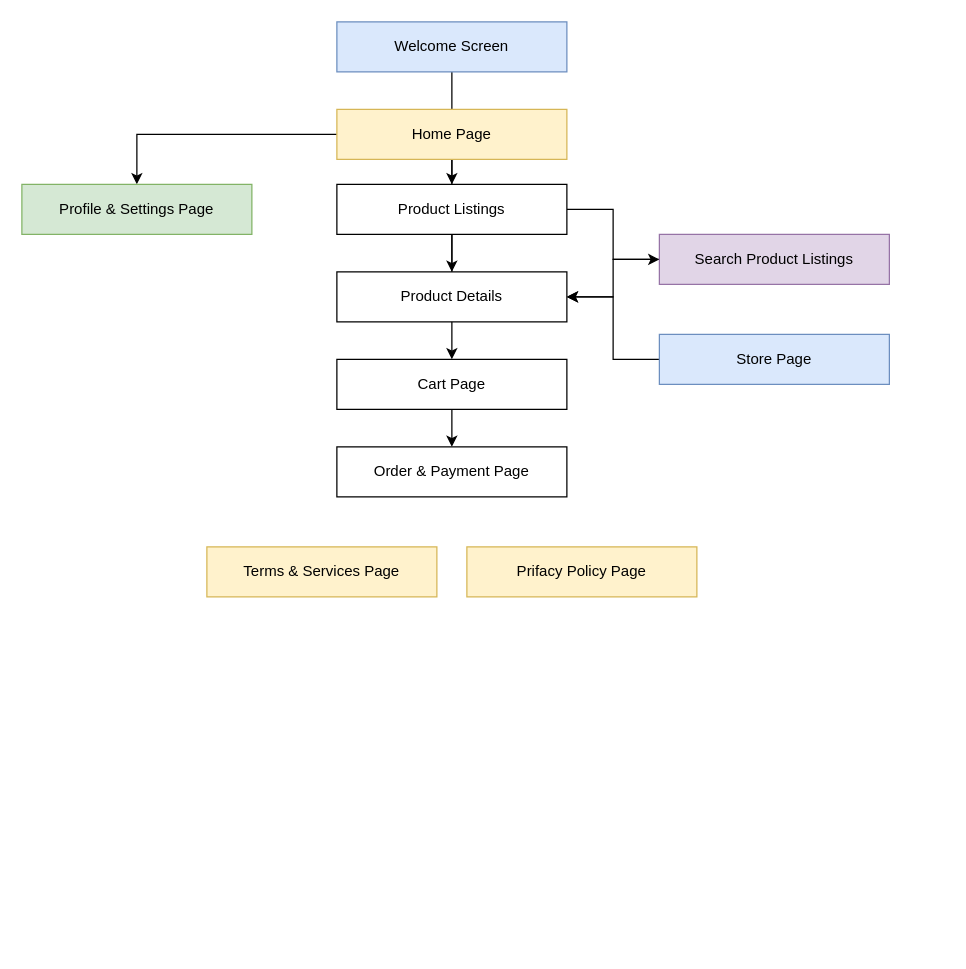
Before: drawio-mvp/Marketplace Site Map Diagram.drawio in mealibek/drawio, a draw.io diagram. Source tidied: cells renumbered, new cells numbered last; positions are measured from the earlier drawing's top-left corner, leaving out a move shared by most shapes. Both pictures are drawn from the tidied source at 125%, with x=0, y=0 at pixel (21, 21).
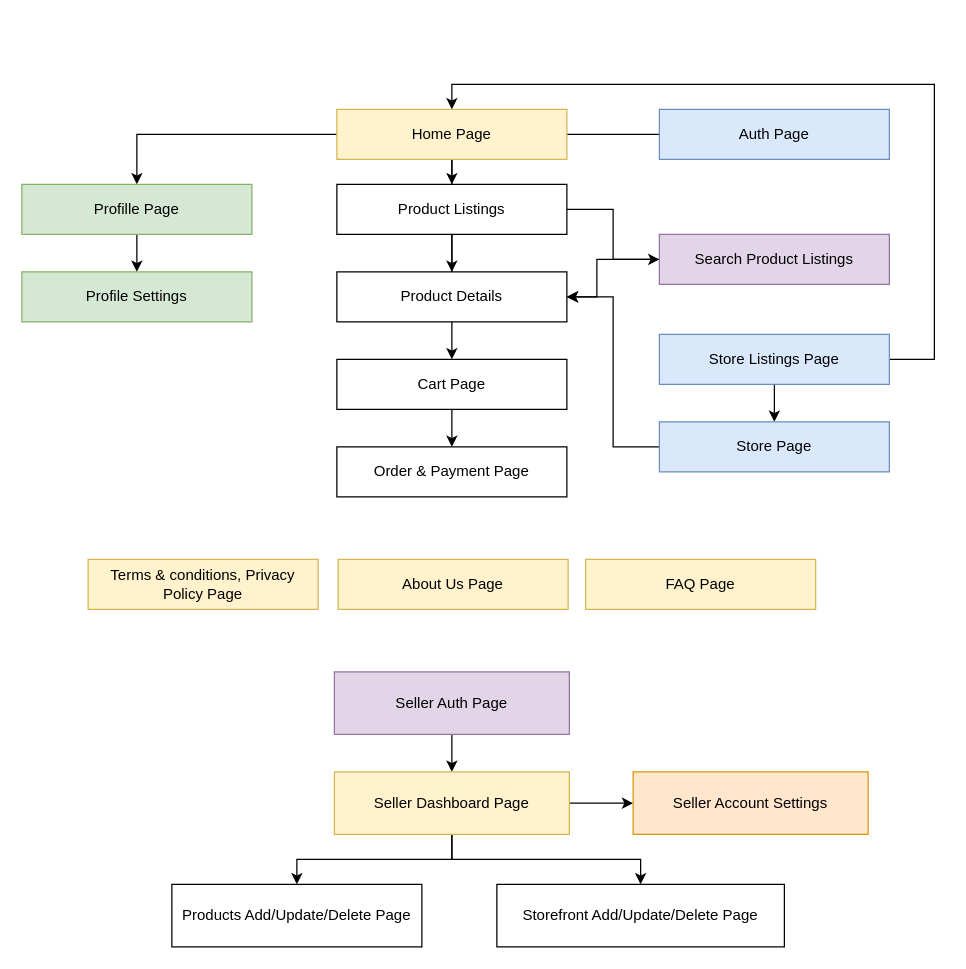
After the change.

Unchanged cells that the change refers to:
```xml
<mxCell id="6" value="Home Page" style="rounded=0;whiteSpace=wrap;html=1;fillColor=#fff2cc;strokeColor=#d6b656;" parent="1" vertex="1">
  <mxGeometry x="252" y="70" width="184" height="40" as="geometry" />
</mxCell>
<mxCell id="10" value="Product Details" style="rounded=0;whiteSpace=wrap;html=1;" parent="1" vertex="1">
  <mxGeometry x="252" y="200" width="184" height="40" as="geometry" />
</mxCell>
<mxCell id="15" value="Search Product Listings" style="rounded=0;whiteSpace=wrap;html=1;fillColor=#e1d5e7;strokeColor=#9673a6;" parent="1" vertex="1">
  <mxGeometry x="510" y="170" width="184" height="40" as="geometry" />
</mxCell>
```

The edit, as a diff of the source:
```diff
@@
-    <mxCell id="3" value="Welcome Screen" style="rounded=0;whiteSpace=wrap;html=1;fillColor=#dae8fc;strokeColor=#6c8ebf;" parent="1" vertex="1">
-      <mxGeometry x="252" width="184" height="40" as="geometry" />
+    <mxCell id="3" value="Auth Page" style="rounded=0;whiteSpace=wrap;html=1;fillColor=#dae8fc;strokeColor=#6c8ebf;" parent="1" vertex="1">
+      <mxGeometry x="510" y="70" width="184" height="40" as="geometry" />
     </mxCell>
@@
     <mxCell id="14" style="edgeStyle=orthogonalEdgeStyle;rounded=0;jettySize=auto;html=1;entryX=1;entryY=0.5;entryDx=0;entryDy=0;" parent="1" edge="1" source="15" target="10">
-      <mxGeometry relative="1" as="geometry" />
+      <mxGeometry relative="1" as="geometry">
+        <Array as="points">
+          <mxPoint x="460" y="190" />
+          <mxPoint x="460" y="220" />
+        </Array>
+      </mxGeometry>
     </mxCell>
@@
+    <mxCell id="21" style="edgeStyle=orthogonalEdgeStyle;rounded=0;jettySize=auto;html=1;entryX=0.5;entryY=0;entryDx=0;entryDy=0;" parent="1" edge="1" source="16" target="25">
+      <mxGeometry relative="1" as="geometry" />
+    </mxCell>
-    <mxCell id="16" value="Profile &amp;amp; Settings Page" style="rounded=0;whiteSpace=wrap;html=1;fillColor=#d5e8d4;strokeColor=#82b366;" parent="1" vertex="1">
+    <mxCell id="16" value="Profille Page" style="rounded=0;whiteSpace=wrap;html=1;fillColor=#d5e8d4;strokeColor=#82b366;" parent="1" vertex="1">
       <mxGeometry y="130" width="184" height="40" as="geometry" />
     </mxCell>
-    <mxCell id="17" value="Terms &amp;amp; Services Page" style="rounded=0;whiteSpace=wrap;html=1;fillColor=#fff2cc;strokeColor=#d6b656;" parent="1" vertex="1">
-      <mxGeometry x="148" y="420" width="184" height="40" as="geometry" />
+    <mxCell id="17" value="Terms &amp;amp; conditions, Privacy Policy Page" style="rounded=0;whiteSpace=wrap;html=1;fillColor=#fff2cc;strokeColor=#d6b656;" parent="1" vertex="1">
+      <mxGeometry x="53" y="430" width="184" height="40" as="geometry" />
     </mxCell>
-    <mxCell id="18" value="Prifacy Policy Page" style="rounded=0;whiteSpace=wrap;html=1;fillColor=#fff2cc;strokeColor=#d6b656;" parent="1" vertex="1">
-      <mxGeometry x="356" y="420" width="184" height="40" as="geometry" />
+    <mxCell id="18" value="About Us Page" style="rounded=0;whiteSpace=wrap;html=1;fillColor=#fff2cc;strokeColor=#d6b656;" parent="1" vertex="1">
+      <mxGeometry x="253" y="430" width="184" height="40" as="geometry" />
     </mxCell>
-    <mxCell id="19" style="edgeStyle=orthogonalEdgeStyle;rounded=0;jettySize=auto;html=1;entryX=1;entryY=0.5;entryDx=0;entryDy=0;" parent="1" edge="1" source="20" target="10">
-      <mxGeometry relative="1" as="geometry" />
-    </mxCell>
+    <mxCell id="22" style="edgeStyle=orthogonalEdgeStyle;rounded=0;jettySize=auto;html=1;" parent="1" edge="1" source="20" target="27">
+      <mxGeometry relative="1" as="geometry" />
+    </mxCell>
+    <mxCell id="23" style="edgeStyle=orthogonalEdgeStyle;rounded=0;jettySize=auto;html=1;entryX=0.5;entryY=0;entryDx=0;entryDy=0;" parent="1" edge="1" source="20" target="6">
+      <mxGeometry relative="1" as="geometry">
+        <Array as="points">
+          <mxPoint x="730" y="270" />
+          <mxPoint x="730" y="50" />
+          <mxPoint x="344" y="50" />
+        </Array>
+      </mxGeometry>
+    </mxCell>
-    <mxCell id="20" value="Store Page" style="rounded=0;whiteSpace=wrap;html=1;fillColor=#dae8fc;strokeColor=#6c8ebf;" parent="1" vertex="1">
+    <mxCell id="20" value="Store Listings Page" style="rounded=0;whiteSpace=wrap;html=1;fillColor=#dae8fc;strokeColor=#6c8ebf;" parent="1" vertex="1">
       <mxGeometry x="510" y="250" width="184" height="40" as="geometry" />
     </mxCell>
+    <mxCell id="24" value="FAQ Page" style="rounded=0;whiteSpace=wrap;html=1;fillColor=#fff2cc;strokeColor=#d6b656;" parent="1" vertex="1">
+      <mxGeometry x="451" y="430" width="184" height="40" as="geometry" />
+    </mxCell>
+    <mxCell id="25" value="Profile Settings" style="rounded=0;whiteSpace=wrap;html=1;fillColor=#d5e8d4;strokeColor=#82b366;" parent="1" vertex="1">
+      <mxGeometry y="200" width="184" height="40" as="geometry" />
+    </mxCell>
+    <mxCell id="26" style="edgeStyle=orthogonalEdgeStyle;rounded=0;jettySize=auto;html=1;entryX=1;entryY=0.5;entryDx=0;entryDy=0;" parent="1" edge="1" source="27" target="10">
+      <mxGeometry relative="1" as="geometry" />
+    </mxCell>
+    <mxCell id="27" value="Store Page" style="rounded=0;whiteSpace=wrap;html=1;fillColor=#dae8fc;strokeColor=#6c8ebf;" parent="1" vertex="1">
+      <mxGeometry x="510" y="320" width="184" height="40" as="geometry" />
+    </mxCell>
+    <mxCell id="28" style="edgeStyle=orthogonalEdgeStyle;rounded=0;jettySize=auto;html=1;" parent="1" edge="1" source="29" target="33">
+      <mxGeometry relative="1" as="geometry" />
+    </mxCell>
+    <mxCell id="29" value="Seller Auth Page" style="rounded=0;whiteSpace=wrap;html=1;fillColor=#e1d5e7;strokeColor=#9673a6;" parent="1" vertex="1">
+      <mxGeometry x="250" y="520" width="188" height="50" as="geometry" />
+    </mxCell>
+    <mxCell id="30" style="edgeStyle=orthogonalEdgeStyle;rounded=0;jettySize=auto;html=1;" parent="1" edge="1" source="33" target="35">
+      <mxGeometry relative="1" as="geometry" />
+    </mxCell>
+    <mxCell id="31" style="edgeStyle=orthogonalEdgeStyle;rounded=0;jettySize=auto;html=1;entryX=0.5;entryY=0;entryDx=0;entryDy=0;" parent="1" edge="1" source="33" target="34">
+      <mxGeometry relative="1" as="geometry" />
+    </mxCell>
+    <mxCell id="32" style="edgeStyle=orthogonalEdgeStyle;rounded=0;jettySize=auto;html=1;" parent="1" edge="1" source="33" target="36">
+      <mxGeometry relative="1" as="geometry" />
+    </mxCell>
+    <mxCell id="33" value="Seller Dashboard Page" style="rounded=0;whiteSpace=wrap;html=1;fillColor=#fff2cc;strokeColor=#d6b656;" parent="1" vertex="1">
+      <mxGeometry x="250" y="600" width="188" height="50" as="geometry" />
+    </mxCell>
+    <mxCell id="34" value="Storefront Add/Update/Delete Page" style="rounded=0;whiteSpace=wrap;html=1;" parent="1" vertex="1">
+      <mxGeometry x="380" y="690" width="230" height="50" as="geometry" />
+    </mxCell>
+    <mxCell id="35" value="Products Add/Update/Delete Page" style="rounded=0;whiteSpace=wrap;html=1;" parent="1" vertex="1">
+      <mxGeometry x="120" y="690" width="200" height="50" as="geometry" />
+    </mxCell>
+    <mxCell id="36" value="Seller Account Settings" style="whiteSpace=wrap;html=1;rounded=0;fillColor=#ffe6cc;strokeColor=#d79b00;" parent="1" vertex="1">
+      <mxGeometry x="489" y="600" width="188" height="50" as="geometry" />
+    </mxCell>
```
